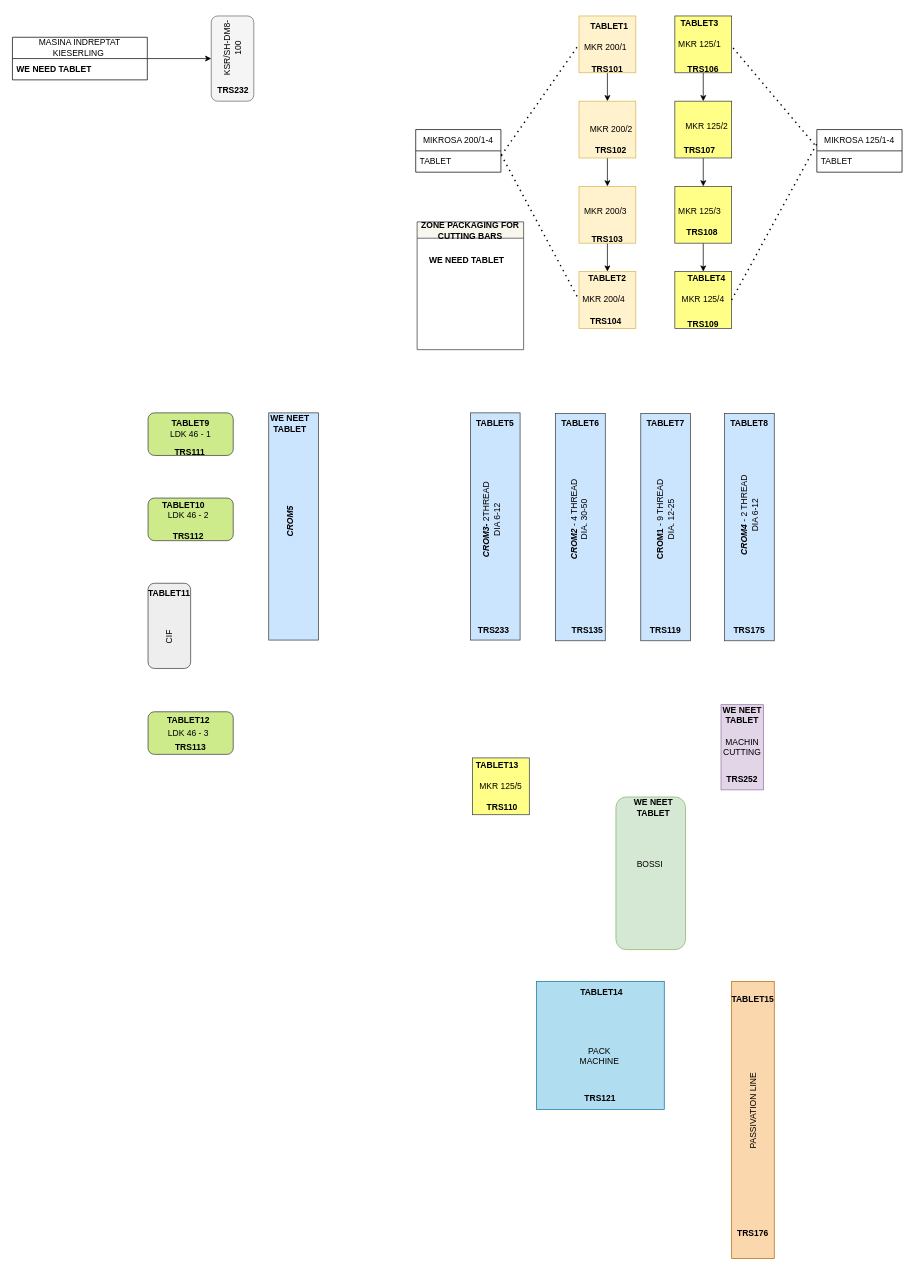
The draw.io diagram page "Page-2" (2 of 2) of Untitled Diagram.drawio in TomaAndreeaCristina/proiect_final, before the edit. Source tidied: cells renumbered, new cells numbered last; positions are measured from the earlier drawing's top-left corner, leaving out a move shared by most shapes. Both pictures are drawn from the tidied source at 71%, with x=0, y=0 at pixel (12, 12).
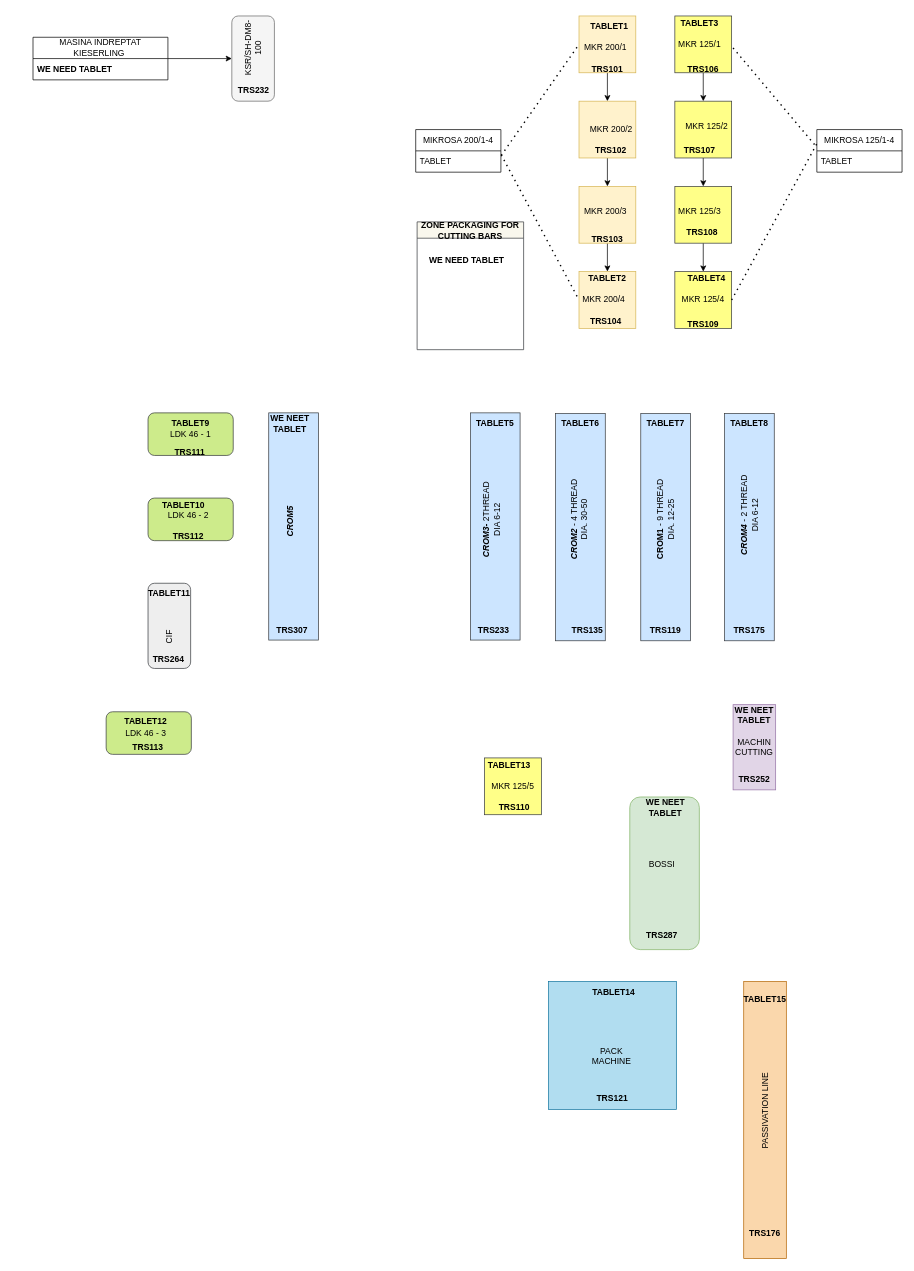
The same page after the edit.

What changed in the source:
```diff
@@
     <mxCell id="2" style="rounded=1;whiteSpace=wrap;html=1;rotation=90;fillColor=#f5f5f5;fontColor=#333333;strokeColor=#666666;" parent="1" vertex="1">
-      <mxGeometry x="250" y="35" width="120" height="60" as="geometry" />
+      <mxGeometry x="279" y="35" width="120" height="60" as="geometry" />
     </mxCell>
@@
     <mxCell id="20" value="KSR/SH-DM8-100" style="text;html=1;align=center;verticalAlign=middle;whiteSpace=wrap;rounded=0;rotation=-90;" parent="1" vertex="1">
-      <mxGeometry x="265" y="35" width="90" height="30" as="geometry" />
+      <mxGeometry x="294" y="35" width="90" height="30" as="geometry" />
     </mxCell>
@@
     <mxCell id="22" value="MASINA INDREPTAT KIESERLING&amp;nbsp;" style="swimlane;fontStyle=0;horizontal=1;startSize=30;whiteSpace=wrap;html=1;" parent="1" vertex="1">
-      <mxGeometry y="35" width="190" height="60" as="geometry" />
+      <mxGeometry x="29" y="35" width="190" height="60" as="geometry" />
     </mxCell>
@@
     <mxCell id="41" style="rounded=1;whiteSpace=wrap;html=1;fillColor=#cdeb8b;strokeColor=#36393d;" parent="1" vertex="1">
-      <mxGeometry x="191" y="985" width="120" height="60" as="geometry" />
+      <mxGeometry x="132" y="985" width="120" height="60" as="geometry" />
     </mxCell>
@@
     <mxCell id="65" value="LDK 46 - 3" style="text;html=1;align=center;verticalAlign=middle;whiteSpace=wrap;rounded=0;" parent="1" vertex="1">
-      <mxGeometry x="218" y="1000" width="60" height="30" as="geometry" />
+      <mxGeometry x="158" y="1000" width="60" height="30" as="geometry" />
     </mxCell>
@@
     <mxCell id="70" value="TABLET12" style="text;html=1;align=center;verticalAlign=middle;whiteSpace=wrap;rounded=0;fontStyle=1;" parent="1" vertex="1">
-      <mxGeometry x="218" y="982" width="60" height="30" as="geometry" />
+      <mxGeometry x="158" y="982" width="60" height="33" as="geometry" />
     </mxCell>
     <mxCell id="71" style="whiteSpace=wrap;html=1;fillColor=#ffff88;strokeColor=#36393d;" parent="1" vertex="1">
-      <mxGeometry x="648" y="1050" width="80" height="80" as="geometry" />
+      <mxGeometry x="665" y="1050" width="80" height="80" as="geometry" />
     </mxCell>
     <mxCell id="72" value="MKR 125/5" style="text;html=1;align=center;verticalAlign=middle;whiteSpace=wrap;rounded=0;" parent="1" vertex="1">
-      <mxGeometry x="653" y="1075" width="70" height="30" as="geometry" />
+      <mxGeometry x="670" y="1075" width="70" height="30" as="geometry" />
     </mxCell>
     <mxCell id="73" value="&lt;b&gt;TABLET13&lt;/b&gt;" style="text;html=1;align=center;verticalAlign=middle;whiteSpace=wrap;rounded=0;" parent="1" vertex="1">
-      <mxGeometry x="653" y="1045" width="60" height="30" as="geometry" />
+      <mxGeometry x="670" y="1045" width="60" height="30" as="geometry" />
     </mxCell>
     <mxCell id="74" style="rounded=1;whiteSpace=wrap;html=1;direction=south;fillColor=#d5e8d4;strokeColor=#82b366;" parent="1" vertex="1">
-      <mxGeometry x="850" y="1105" width="98" height="215" as="geometry" />
+      <mxGeometry x="869.5" y="1105" width="98" height="215" as="geometry" />
     </mxCell>
     <mxCell id="75" value="BOSSI" style="text;html=1;align=center;verticalAlign=middle;whiteSpace=wrap;rounded=0;" parent="1" vertex="1">
-      <mxGeometry x="868" y="1185" width="60" height="30" as="geometry" />
+      <mxGeometry x="885" y="1185" width="60" height="30" as="geometry" />
     </mxCell>
     <mxCell id="76" value="&lt;b&gt;WE NEET TABLET&lt;/b&gt;" style="text;html=1;align=center;verticalAlign=middle;whiteSpace=wrap;rounded=0;" parent="1" vertex="1">
-      <mxGeometry x="873" y="1105" width="60" height="30" as="geometry" />
+      <mxGeometry x="890" y="1105" width="60" height="30" as="geometry" />
     </mxCell>
     <mxCell id="77" value="MACHIN CUTTING" style="rounded=0;whiteSpace=wrap;html=1;direction=south;fillColor=#e1d5e7;strokeColor=#9673a6;" parent="1" vertex="1">
-      <mxGeometry x="998" y="975" width="60" height="120" as="geometry" />
+      <mxGeometry x="1015" y="975" width="60" height="120" as="geometry" />
     </mxCell>
     <mxCell id="78" value="&lt;b&gt;WE NEET TABLET&lt;/b&gt;" style="text;html=1;align=center;verticalAlign=middle;whiteSpace=wrap;rounded=0;" parent="1" vertex="1">
-      <mxGeometry x="998" y="975" width="60" height="30" as="geometry" />
+      <mxGeometry x="1015" y="975" width="60" height="30" as="geometry" />
     </mxCell>
     <mxCell id="79" style="whiteSpace=wrap;html=1;fillColor=#b1ddf0;strokeColor=#10739e;" parent="1" vertex="1">
-      <mxGeometry x="738.1" y="1365" width="180" height="180" as="geometry" />
+      <mxGeometry x="755.1" y="1365" width="180" height="180" as="geometry" />
     </mxCell>
     <mxCell id="80" value="PACK MACHINE" style="text;html=1;align=center;verticalAlign=middle;whiteSpace=wrap;rounded=0;" parent="1" vertex="1">
-      <mxGeometry x="792.5" y="1455" width="67.5" height="30" as="geometry" />
+      <mxGeometry x="809.5" y="1455" width="67.5" height="30" as="geometry" />
     </mxCell>
     <mxCell id="81" value="&lt;b&gt;TABLET14&lt;/b&gt;" style="text;html=1;align=center;verticalAlign=middle;whiteSpace=wrap;rounded=0;" parent="1" vertex="1">
-      <mxGeometry x="800" y="1365" width="60" height="30" as="geometry" />
+      <mxGeometry x="817" y="1365" width="60" height="30" as="geometry" />
     </mxCell>
     <mxCell id="82" style="rounded=0;whiteSpace=wrap;html=1;direction=south;fillColor=#fad7ac;strokeColor=#b46504;" parent="1" vertex="1">
-      <mxGeometry x="1013" y="1365" width="60" height="390" as="geometry" />
+      <mxGeometry x="1030" y="1365" width="60" height="390" as="geometry" />
     </mxCell>
     <mxCell id="83" value="PASSIVATION LINE" style="text;html=1;align=center;verticalAlign=middle;whiteSpace=wrap;rounded=0;rotation=270;" parent="1" vertex="1">
-      <mxGeometry x="976.5" y="1532.5" width="133" height="30" as="geometry" />
+      <mxGeometry x="993.5" y="1532.5" width="133" height="30" as="geometry" />
     </mxCell>
     <mxCell id="84" value="&lt;b&gt;TABLET15&lt;/b&gt;" style="text;html=1;align=center;verticalAlign=middle;whiteSpace=wrap;rounded=0;" parent="1" vertex="1">
-      <mxGeometry x="1013" y="1375" width="60" height="30" as="geometry" />
+      <mxGeometry x="1030" y="1375" width="60" height="30" as="geometry" />
     </mxCell>
     <mxCell id="85" value="&lt;b&gt;TRS176&lt;/b&gt;" style="text;html=1;whiteSpace=wrap;strokeColor=none;fillColor=none;align=center;verticalAlign=middle;rounded=0;" parent="1" vertex="1">
-      <mxGeometry x="1013" y="1705" width="60" height="30" as="geometry" />
+      <mxGeometry x="1030" y="1705" width="60" height="30" as="geometry" />
     </mxCell>
     <mxCell id="86" value="&lt;b&gt;TRS121&lt;/b&gt;" style="text;html=1;whiteSpace=wrap;strokeColor=none;fillColor=none;align=center;verticalAlign=middle;rounded=0;" parent="1" vertex="1">
-      <mxGeometry x="798" y="1515" width="60" height="30" as="geometry" />
+      <mxGeometry x="815" y="1515" width="60" height="30" as="geometry" />
     </mxCell>
     <mxCell id="87" value="&lt;b&gt;TRS252&lt;/b&gt;" style="text;html=1;whiteSpace=wrap;strokeColor=none;fillColor=none;align=center;verticalAlign=middle;rounded=0;" parent="1" vertex="1">
-      <mxGeometry x="998" y="1065" width="60" height="30" as="geometry" />
+      <mxGeometry x="1015" y="1065" width="60" height="30" as="geometry" />
     </mxCell>
@@
     <mxCell id="90" value="&lt;b&gt;TRS113&lt;/b&gt;" style="text;html=1;whiteSpace=wrap;strokeColor=none;fillColor=none;align=center;verticalAlign=middle;rounded=0;" parent="1" vertex="1">
-      <mxGeometry x="221" y="1020" width="60" height="30" as="geometry" />
+      <mxGeometry x="161" y="1020" width="60" height="30" as="geometry" />
     </mxCell>
     <mxCell id="91" value="&lt;b&gt;TRS110&lt;/b&gt;" style="text;html=1;whiteSpace=wrap;strokeColor=none;fillColor=none;align=center;verticalAlign=middle;rounded=0;" parent="1" vertex="1">
-      <mxGeometry x="660" y="1105" width="60" height="30" as="geometry" />
+      <mxGeometry x="677" y="1105" width="60" height="30" as="geometry" />
     </mxCell>
@@
     <mxCell id="95" value="&lt;b&gt;TRS232&lt;/b&gt;" style="text;html=1;whiteSpace=wrap;strokeColor=none;fillColor=none;align=center;verticalAlign=middle;rounded=0;" parent="1" vertex="1">
-      <mxGeometry x="281" y="95" width="60" height="30" as="geometry" />
+      <mxGeometry x="310" y="95" width="60" height="30" as="geometry" />
     </mxCell>
@@
+    <mxCell id="105" value="&lt;b&gt;TRS264&lt;/b&gt;" style="text;html=1;whiteSpace=wrap;strokeColor=none;fillColor=none;align=center;verticalAlign=middle;rounded=0;" parent="1" vertex="1">
+      <mxGeometry x="190" y="896" width="60" height="30" as="geometry" />
+    </mxCell>
+    <mxCell id="106" value="&lt;b&gt;TRS307&lt;/b&gt;" style="text;html=1;whiteSpace=wrap;strokeColor=none;fillColor=none;align=center;verticalAlign=middle;rounded=0;" parent="1" vertex="1">
+      <mxGeometry x="364" y="855" width="60" height="30" as="geometry" />
+    </mxCell>
+    <mxCell id="107" value="&lt;b&gt;TRS287&lt;/b&gt;" style="text;html=1;whiteSpace=wrap;strokeColor=none;fillColor=none;align=center;verticalAlign=middle;rounded=0;" parent="1" vertex="1">
+      <mxGeometry x="885" y="1285" width="60" height="30" as="geometry" />
+    </mxCell>
```
